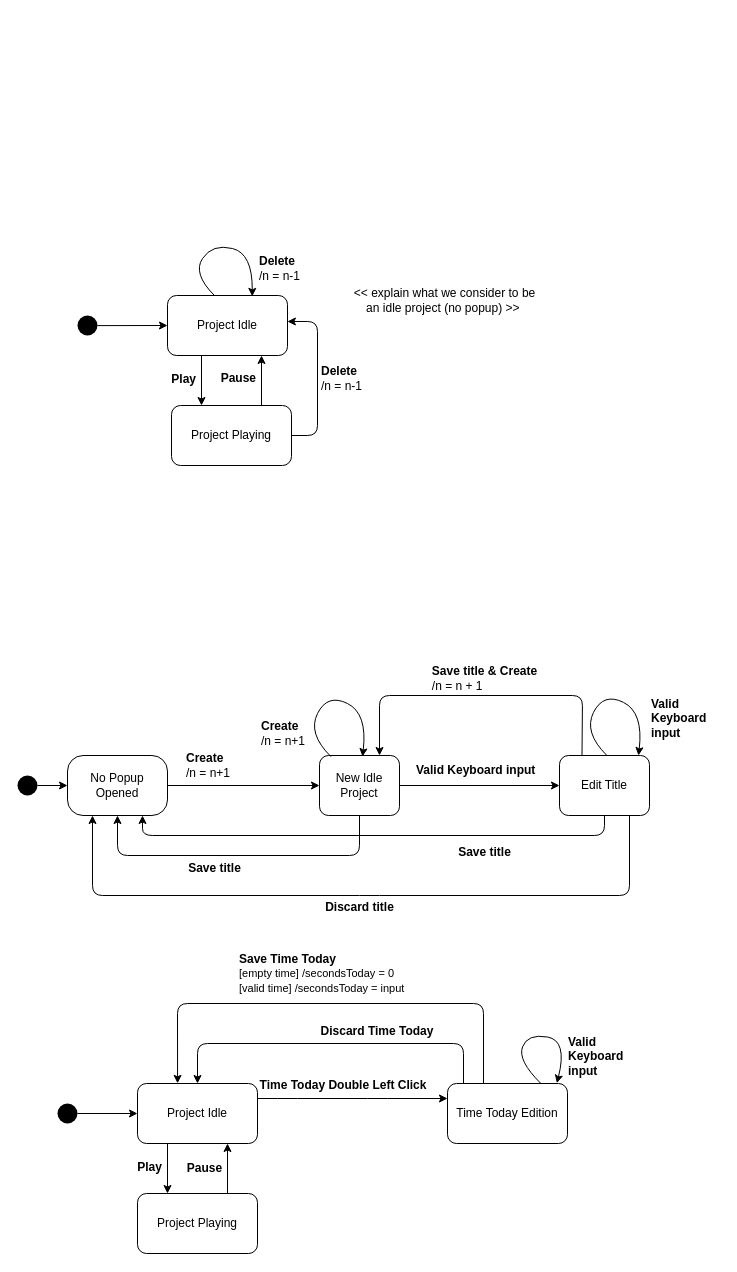
The draw.io diagram docs/04_assignment/schema/03_delete_project/03_state_machine.drawio in Jumaruba/jtimesched, before the edit. Source tidied: cells renumbered, new cells numbered last; positions are measured from the earlier drawing's top-left corner, leaving out a move shared by most shapes. Both pictures are drawn from the tidied source at 100%, with x=0, y=0 at pixel (17, 243).
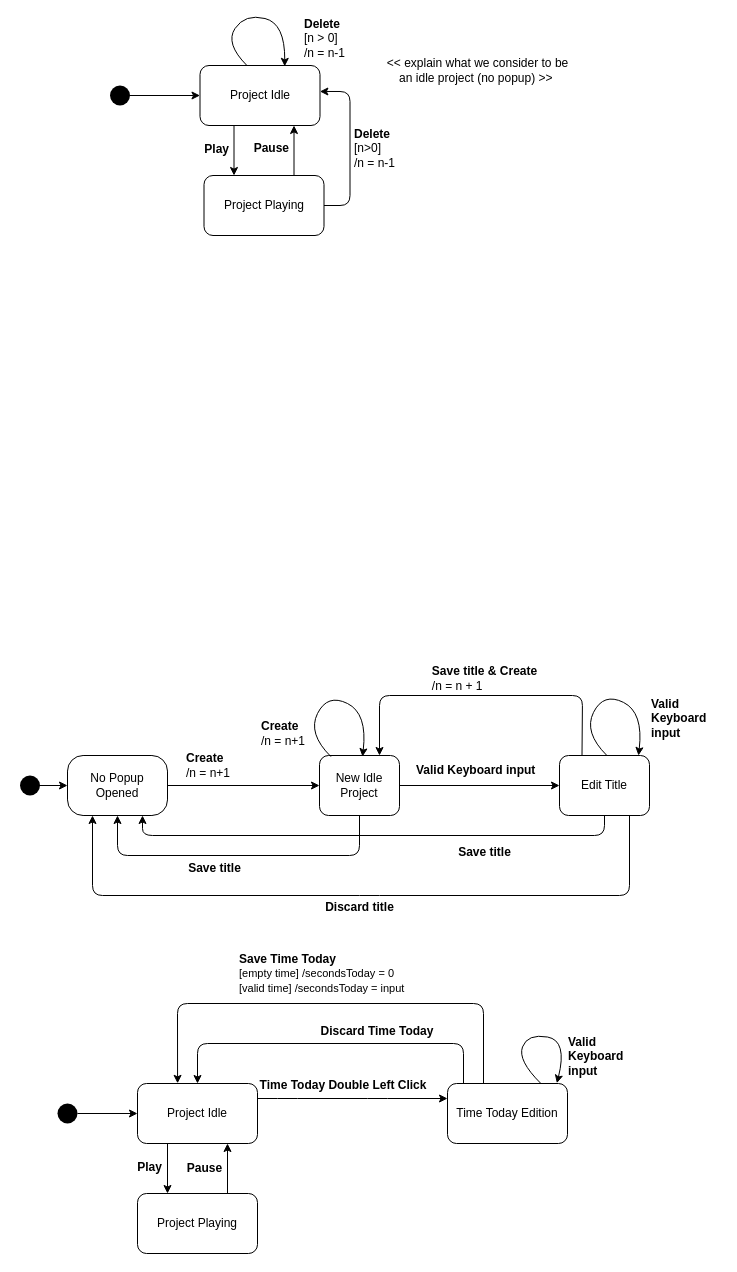
The same diagram, later.

Commit message (it also covers changes not shown here):
add: state diagram description in case 3

Unchanged cells that the change refers to:
```xml
<mxCell id="22" value="No Popup Opened" style="rounded=1;whiteSpace=wrap;html=1;arcSize=26;" parent="1" vertex="1">
  <mxGeometry x="50" y="512" width="100" height="60" as="geometry" />
</mxCell>
```

Change to the diagram source:
```diff
@@
     <mxCell id="2" value="Project Idle" style="rounded=1;whiteSpace=wrap;html=1;" parent="1" vertex="1">
-      <mxGeometry x="150" y="52" width="120" height="60" as="geometry" />
+      <mxGeometry x="182.5" y="-178" width="120" height="60" as="geometry" />
     </mxCell>
@@
     <mxCell id="4" style="ellipse;fillColor=#000000;strokeColor=none;" parent="1" vertex="1">
-      <mxGeometry x="60" y="72" width="20" height="20" as="geometry" />
+      <mxGeometry x="92.5" y="-158" width="20" height="20" as="geometry" />
     </mxCell>
-    <mxCell id="5" value="&lt;div style=&quot;&quot;&gt;&lt;b&gt;Delete&lt;/b&gt;&lt;/div&gt;&lt;div style=&quot;&quot;&gt;&lt;span&gt;/n = n-1&lt;/span&gt;&lt;/div&gt;" style="text;html=1;strokeColor=none;fillColor=none;align=left;verticalAlign=middle;whiteSpace=wrap;rounded=0;fontSize=12;" parent="1" vertex="1">
-      <mxGeometry x="240" y="10" width="50" height="30" as="geometry" />
+    <mxCell id="5" value="&lt;div&gt;&lt;b&gt;Delete&lt;/b&gt;&lt;/div&gt;&lt;div&gt;[n &amp;gt; 0]&lt;/div&gt;&lt;div&gt;&lt;span&gt;/n = n-1&lt;/span&gt;&lt;/div&gt;" style="text;html=1;strokeColor=none;fillColor=none;align=left;verticalAlign=middle;whiteSpace=wrap;rounded=0;fontSize=12;" parent="1" vertex="1">
+      <mxGeometry x="284.5" y="-220" width="50" height="30" as="geometry" />
     </mxCell>
     <mxCell id="6" style="edgeStyle=none;html=1;exitX=0.75;exitY=0;exitDx=0;exitDy=0;entryX=0.75;entryY=1;entryDx=0;entryDy=0;fontSize=12;" parent="1" edge="1" source="8">
       <mxGeometry relative="1" as="geometry">
-        <mxPoint x="244" y="112" as="targetPoint" />
+        <mxPoint x="276.5" y="-118" as="targetPoint" />
       </mxGeometry>
     </mxCell>
     <mxCell id="7" style="edgeStyle=none;html=1;exitX=1;exitY=0.5;exitDx=0;exitDy=0;entryX=0.999;entryY=0.433;entryDx=0;entryDy=0;entryPerimeter=0;" parent="1" edge="1" source="8" target="2">
       <mxGeometry relative="1" as="geometry">
         <Array as="points">
-          <mxPoint x="300" y="192" />
-          <mxPoint x="300" y="78" />
+          <mxPoint x="332.5" y="-38" />
+          <mxPoint x="332.5" y="-152" />
         </Array>
       </mxGeometry>
     </mxCell>
     <mxCell id="8" value="Project Playing" style="rounded=1;whiteSpace=wrap;html=1;fontSize=12;" parent="1" vertex="1">
-      <mxGeometry x="154" y="162" width="120" height="60" as="geometry" />
+      <mxGeometry x="186.5" y="-68" width="120" height="60" as="geometry" />
     </mxCell>
     <mxCell id="9" style="edgeStyle=none;html=1;fontSize=12;entryX=0.25;entryY=0;entryDx=0;entryDy=0;exitX=0.25;exitY=1;exitDx=0;exitDy=0;" parent="1" edge="1" target="8">
       <mxGeometry relative="1" as="geometry">
-        <mxPoint x="184" y="112" as="sourcePoint" />
+        <mxPoint x="216.5" y="-118" as="sourcePoint" />
       </mxGeometry>
     </mxCell>
     <mxCell id="10" value="&lt;b&gt;Play&lt;/b&gt;" style="text;html=1;align=right;verticalAlign=middle;strokeColor=none;fillColor=none;" parent="1" vertex="1">
-      <mxGeometry x="140" y="126" width="40" height="20" as="geometry" />
+      <mxGeometry x="172.5" y="-104" width="40" height="20" as="geometry" />
     </mxCell>
     <mxCell id="11" value="&lt;b&gt;Pause&lt;/b&gt;" style="text;html=1;align=right;verticalAlign=middle;strokeColor=none;fillColor=none;" parent="1" vertex="1">
-      <mxGeometry x="190" y="125" width="50" height="20" as="geometry" />
+      <mxGeometry x="222.5" y="-105" width="50" height="20" as="geometry" />
     </mxCell>
@@
-    <mxCell id="23" style="edgeStyle=none;html=1;exitX=1;exitY=0.5;exitDx=0;exitDy=0;entryX=0;entryY=0.5;entryDx=0;entryDy=0;" parent="1" edge="1" source="24" target="22">
-      <mxGeometry relative="1" as="geometry" />
+    <mxCell id="23" style="edgeStyle=none;html=1;exitX=1;exitY=0.5;exitDx=0;exitDy=0;entryX=0;entryY=0.5;entryDx=0;entryDy=0;" parent="1" edge="1" target="22">
+      <mxGeometry relative="1" as="geometry">
+        <mxPoint x="20" y="542" as="sourcePoint" />
+      </mxGeometry>
     </mxCell>
     <mxCell id="24" style="ellipse;fillColor=#000000;strokeColor=none;" parent="1" vertex="1">
-      <mxGeometry y="532" width="20" height="20" as="geometry" />
+      <mxGeometry x="2.5" y="532" width="20" height="20" as="geometry" />
     </mxCell>
     <mxCell id="25" style="curved=1;endArrow=classic;html=1;exitX=0.39;exitY=-0.002;exitDx=0;exitDy=0;entryX=0.706;entryY=0.014;entryDx=0;entryDy=0;exitPerimeter=0;entryPerimeter=0;" parent="1" edge="1" source="2" target="2">
       <mxGeometry relative="1" as="geometry">
         <Array as="points">
-          <mxPoint x="175" y="30" />
-          <mxPoint x="195" />
-          <mxPoint x="235" y="10" />
+          <mxPoint x="207.5" y="-200" />
+          <mxPoint x="227.5" y="-230" />
+          <mxPoint x="267.5" y="-220" />
         </Array>
       </mxGeometry>
     </mxCell>
@@
-    <mxCell id="51" value="&lt;div style=&quot;&quot;&gt;&lt;b&gt;Delete&lt;/b&gt;&lt;/div&gt;&lt;div style=&quot;&quot;&gt;&lt;span&gt;/n = n-1&lt;/span&gt;&lt;/div&gt;" style="text;html=1;strokeColor=none;fillColor=none;align=left;verticalAlign=middle;whiteSpace=wrap;rounded=0;fontSize=12;" parent="1" vertex="1">
-      <mxGeometry x="302" y="120" width="53" height="30" as="geometry" />
+    <mxCell id="51" value="&lt;div&gt;&lt;b&gt;Delete&lt;/b&gt;&lt;/div&gt;&lt;div&gt;[n&amp;gt;0]&lt;/div&gt;&lt;div&gt;&lt;span&gt;/n = n-1&lt;/span&gt;&lt;/div&gt;" style="text;html=1;strokeColor=none;fillColor=none;align=left;verticalAlign=middle;whiteSpace=wrap;rounded=0;fontSize=12;" parent="1" vertex="1">
+      <mxGeometry x="334.5" y="-110" width="53" height="30" as="geometry" />
     </mxCell>
     <mxCell id="52" value="&amp;lt;&amp;lt; explain what we consider to be &lt;br&gt;an idle project (no popup) &amp;gt;&amp;gt;&amp;nbsp;" style="text;html=1;align=center;verticalAlign=middle;strokeColor=none;fillColor=none;" parent="1" vertex="1">
-      <mxGeometry x="327" y="42" width="200" height="30" as="geometry" />
+      <mxGeometry x="359.5" y="-188" width="200" height="30" as="geometry" />
     </mxCell>
```
